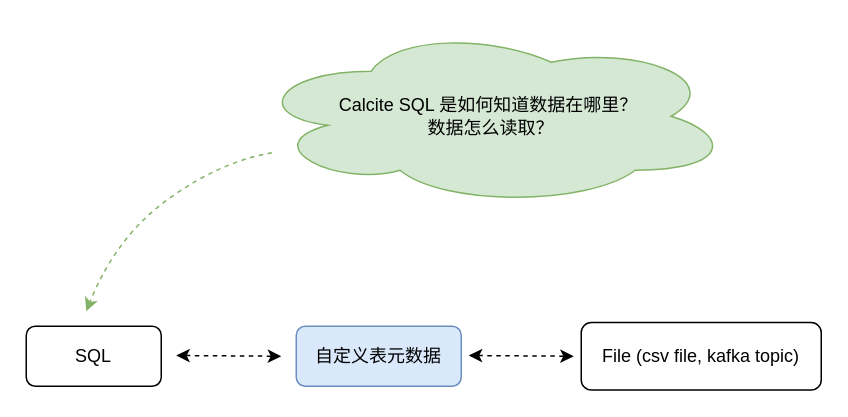
Before: page "第 7 页" (7 of 8) of Drawio/Calcite.drawio in xinzhuxiansheng/blog-notes, a draw.io diagram. Source tidied: cells renumbered, new cells numbered last; positions are measured from the earlier drawing's top-left corner, leaving out a move shared by most shapes. Both pictures are drawn from the tidied source at 150%, with x=0, y=0 at pixel (26, 26).
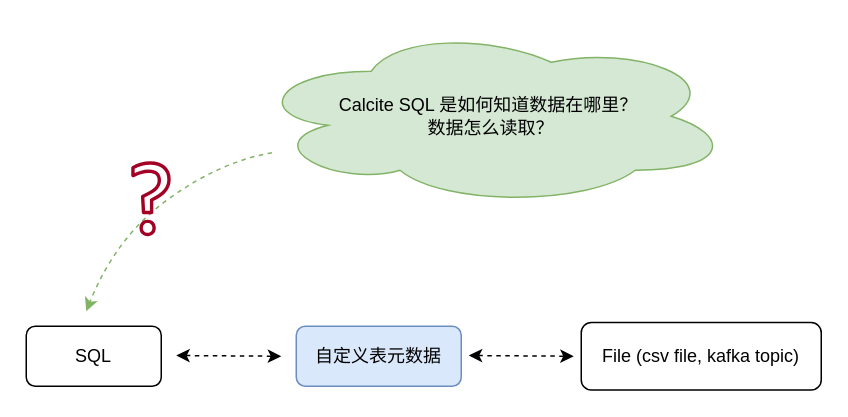
The same diagram, later.

Diff of the diagram source:
```diff
@@
 <mxGraphModel>
   <root>
     <mxCell id="0" />
     <mxCell id="1" parent="0" />
     <mxCell id="2" value="SQL" style="rounded=1;whiteSpace=wrap;html=1;" parent="1" vertex="1">
       <mxGeometry y="200" width="90" height="40" as="geometry" />
     </mxCell>
     <mxCell id="3" value="File (csv file, kafka topic)" style="rounded=1;whiteSpace=wrap;html=1;" parent="1" vertex="1">
       <mxGeometry x="370" y="197.5" width="160" height="45" as="geometry" />
     </mxCell>
     <mxCell id="4" value="自定义表元数据" style="rounded=1;whiteSpace=wrap;html=1;fillColor=#dae8fc;strokeColor=#6c8ebf;" parent="1" vertex="1">
       <mxGeometry x="180" y="200" width="110" height="40" as="geometry" />
     </mxCell>
     <mxCell id="5" style="endArrow=classic;startArrow=classic;html=1;rounded=0;dashed=1;" parent="1" edge="1">
       <mxGeometry relative="1" as="geometry">
         <mxPoint x="100" y="219.5" as="sourcePoint" />
         <mxPoint x="170" y="220" as="targetPoint" />
       </mxGeometry>
     </mxCell>
     <mxCell id="6" style="endArrow=classic;startArrow=classic;html=1;rounded=0;dashed=1;" parent="1" edge="1">
       <mxGeometry relative="1" as="geometry">
         <mxPoint x="295" y="219.5" as="sourcePoint" />
         <mxPoint x="365" y="220" as="targetPoint" />
       </mxGeometry>
     </mxCell>
     <mxCell id="7" value="Calcite SQL 是如何知道数据在哪里？&amp;nbsp;&lt;br&gt;数据怎么读取？" style="ellipse;shape=cloud;whiteSpace=wrap;html=1;fillColor=#d5e8d4;strokeColor=#82b366;" parent="1" vertex="1">
       <mxGeometry x="150" width="320" height="120" as="geometry" />
     </mxCell>
     <mxCell id="8" style="curved=1;endArrow=classic;html=1;rounded=0;dashed=1;fillColor=#d5e8d4;strokeColor=#82b366;" parent="1" edge="1" source="7">
       <mxGeometry relative="1" as="geometry">
         <mxPoint x="40" y="190" as="targetPoint" />
         <Array as="points">
           <mxPoint x="130" y="90" />
           <mxPoint x="60" y="140" />
         </Array>
       </mxGeometry>
     </mxCell>
+    <mxCell id="9" style="sketch=0;fontColor=#ffffff;fillColor=#a20025;strokeColor=#6F0000;dashed=0;verticalLabelPosition=bottom;verticalAlign=top;align=center;html=1;fontSize=12;fontStyle=0;shape=mxgraph.aws4.question;" parent="1" vertex="1">
+      <mxGeometry x="70" y="90" width="26.3" height="50" as="geometry" />
+    </mxCell>
   </root>
 </mxGraphModel>
```
